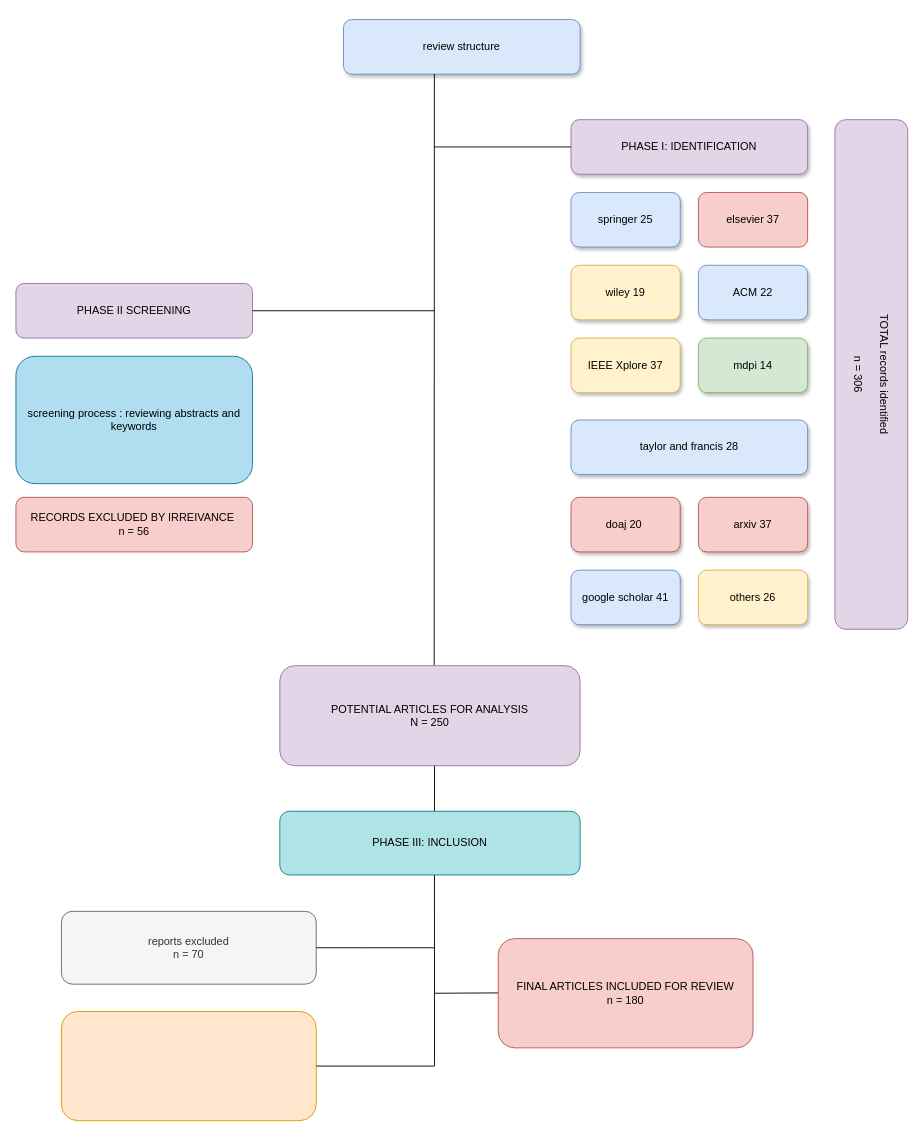
Above: Thesis Review Paper Diagram 3 .drawio in neelislam/Draw.io-Diagrams (draw.io), before the change. Source tidied: cells renumbered, new cells numbered last; positions are measured from the earlier drawing's top-left corner, leaving out a move shared by most shapes. Both pictures are drawn from the tidied source at 91%, with x=0, y=0 at pixel (15, 19).
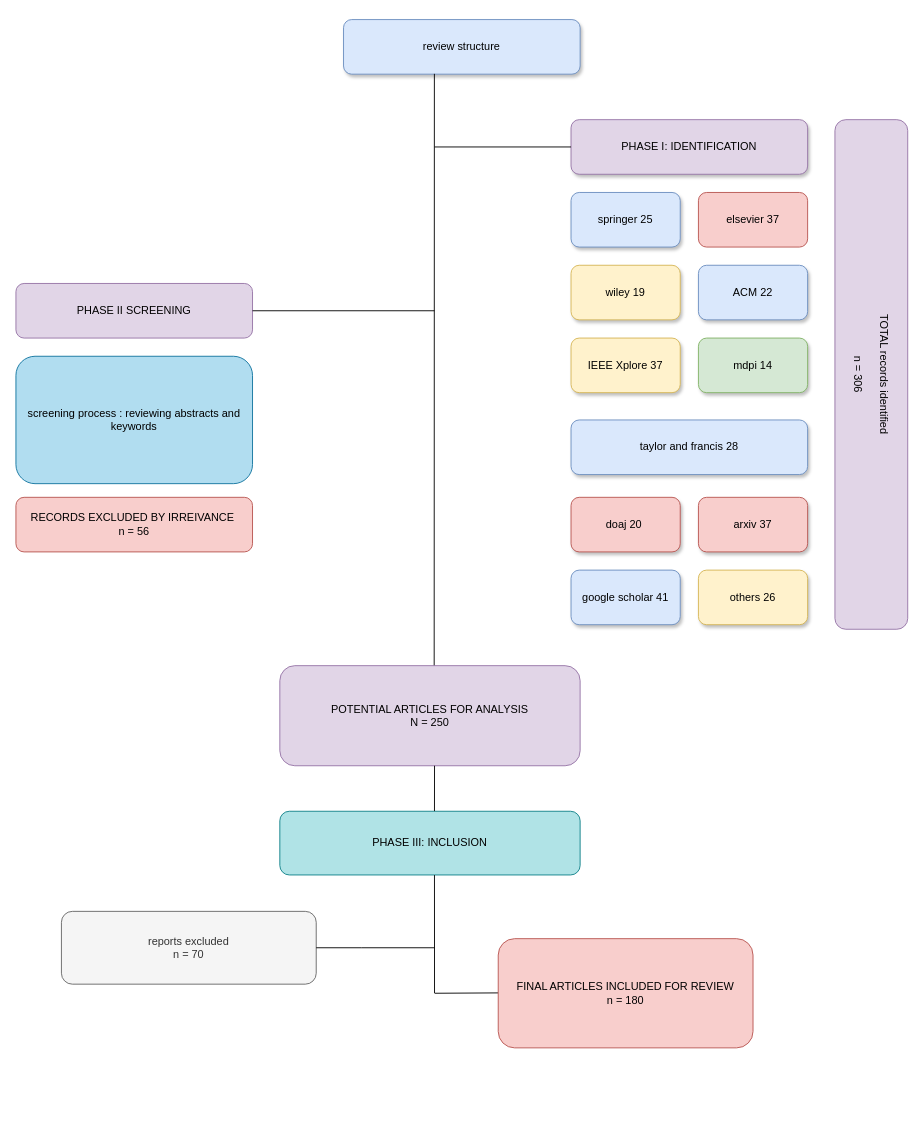
The same diagram, later.

The change refers to these unchanged cells:
```xml
<mxCell id="20" value="PHASE III: INCLUSION" style="rounded=1;whiteSpace=wrap;html=1;fillColor=#b0e3e6;strokeColor=#0e8088;" parent="1" vertex="1">
  <mxGeometry x="290" y="870" width="330" height="70" as="geometry" />
</mxCell>
```

What changed in the source:
```diff
@@
-    <mxCell id="22" style="rounded=1;whiteSpace=wrap;html=1;fillColor=#ffe6cc;strokeColor=#d79b00;" parent="1" vertex="1">
-      <mxGeometry x="50" y="1090" width="280" height="120" as="geometry" />
-    </mxCell>
@@
     <mxCell id="24" style="endArrow=none;html=1;rounded=0;entryX=0.515;entryY=1.002;entryDx=0;entryDy=0;entryPerimeter=0;" parent="1" edge="1" target="20">
       <mxGeometry relative="1" as="geometry">
-        <mxPoint x="460" y="1150" as="sourcePoint" />
+        <mxPoint x="460" y="1070" as="sourcePoint" />
       </mxGeometry>
     </mxCell>
-    <mxCell id="25" style="endArrow=none;html=1;rounded=0;" parent="1" edge="1">
-      <mxGeometry relative="1" as="geometry">
-        <mxPoint x="330" y="1150" as="sourcePoint" />
-        <mxPoint x="460" y="1150" as="targetPoint" />
-      </mxGeometry>
-    </mxCell>
```
